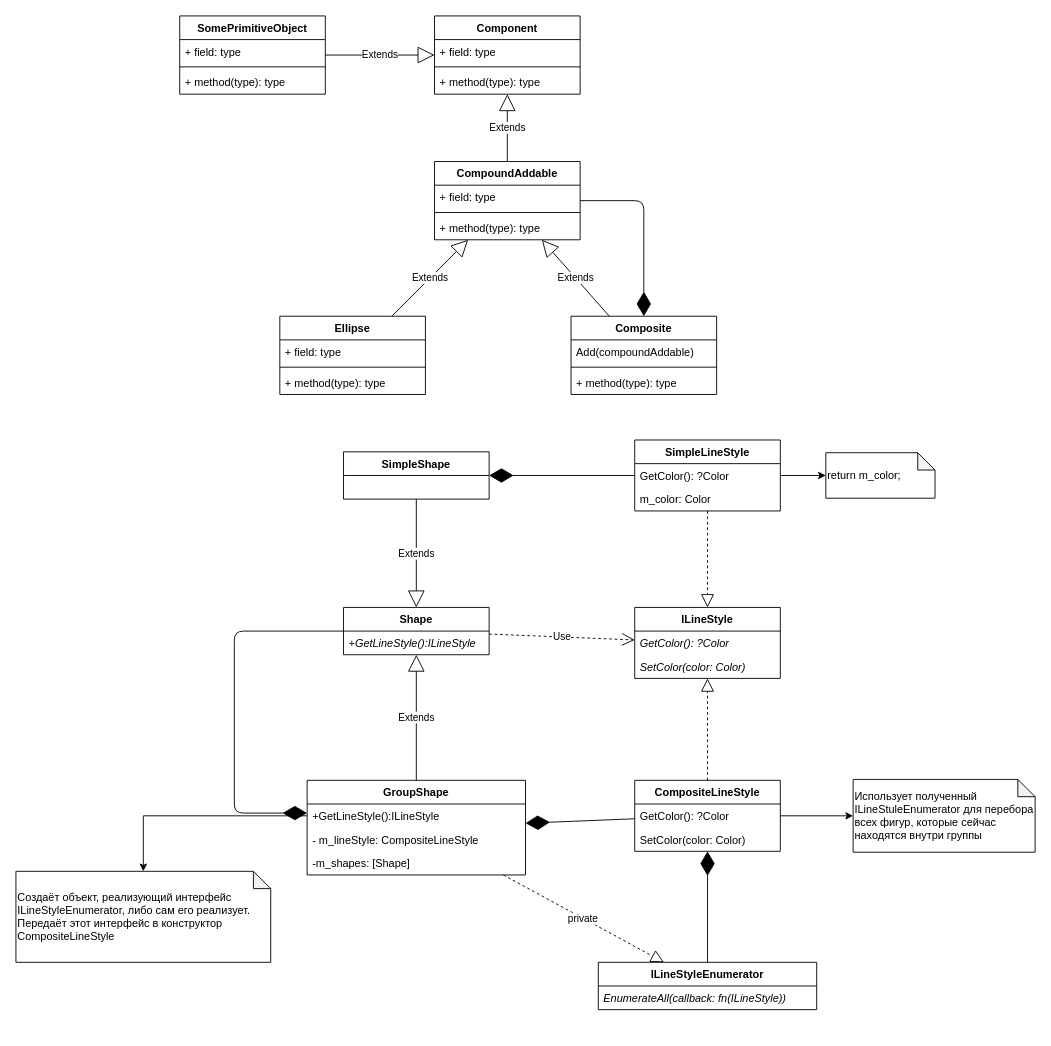
alexey-malov/ood keeps this draw.io diagram as lectures/10.composite/ShapeStyles.drawio. Above is the earlier version. Source tidied: cells renumbered, new cells numbered last; positions are measured from the earlier drawing's top-left corner, leaving out a move shared by most shapes. Both pictures are drawn from the tidied source at 91%, with x=0, y=0 at pixel (15, 15).
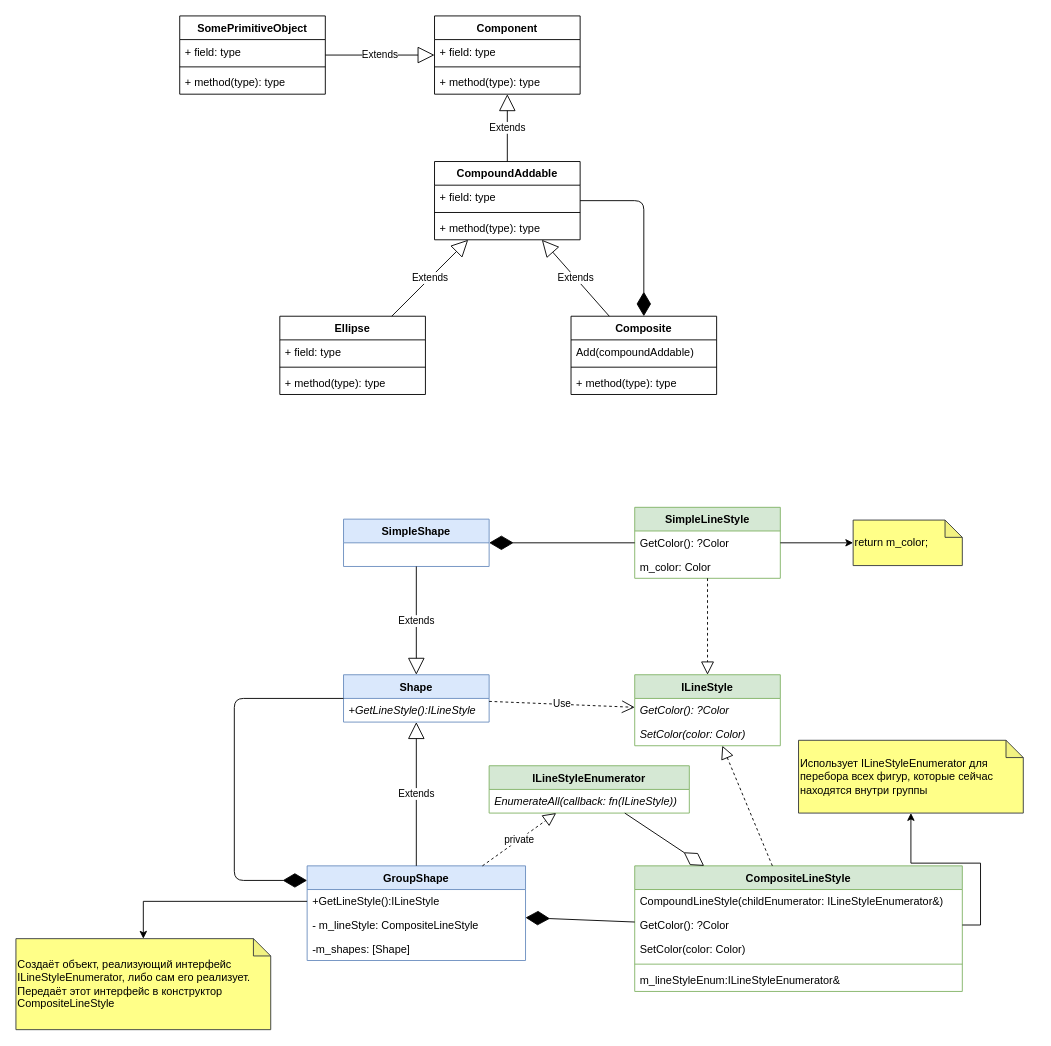
Above is the later version.

The edit, as a diff of the source:
```diff
@@
-    <mxCell id="27" value="Shape" style="swimlane;fontStyle=1;align=center;verticalAlign=top;horizontal=1;startSize=26;" parent="1" vertex="1">
-      <mxGeometry x="360" y="650" width="160" height="52" as="geometry" />
+    <mxCell id="27" value="Shape" style="swimlane;fontStyle=1;align=center;verticalAlign=top;horizontal=1;startSize=26;fillColor=#dae8fc;strokeColor=#6c8ebf;" parent="1" vertex="1">
+      <mxGeometry x="360" y="724" width="160" height="52" as="geometry" />
     </mxCell>
@@
-    <mxCell id="29" value="ILineStyle" style="swimlane;fontStyle=1;align=center;verticalAlign=top;horizontal=1;startSize=26;" parent="1" vertex="1">
-      <mxGeometry x="680" y="650" width="160" height="78" as="geometry" />
+    <mxCell id="29" value="ILineStyle" style="swimlane;fontStyle=1;align=center;verticalAlign=top;horizontal=1;startSize=26;fillColor=#d5e8d4;strokeColor=#82b366;" parent="1" vertex="1">
+      <mxGeometry x="680" y="724" width="160" height="78" as="geometry" />
     </mxCell>
@@
-    <mxCell id="33" value="SimpleShape" style="swimlane;fontStyle=1;align=center;verticalAlign=top;horizontal=1;startSize=26;" parent="1" vertex="1">
-      <mxGeometry x="360" y="479" width="160" height="52" as="geometry" />
+    <mxCell id="33" value="SimpleShape" style="swimlane;fontStyle=1;align=center;verticalAlign=top;horizontal=1;startSize=26;fillColor=#dae8fc;strokeColor=#6c8ebf;" parent="1" vertex="1">
+      <mxGeometry x="360" y="553" width="160" height="52" as="geometry" />
     </mxCell>
@@
-    <mxCell id="35" value="GroupShape" style="swimlane;fontStyle=1;align=center;verticalAlign=top;horizontal=1;startSize=26;" parent="1" vertex="1">
-      <mxGeometry x="320" y="840" width="240" height="104" as="geometry" />
+    <mxCell id="35" value="GroupShape" style="swimlane;fontStyle=1;align=center;verticalAlign=top;horizontal=1;startSize=26;fillColor=#dae8fc;strokeColor=#6c8ebf;" parent="1" vertex="1">
+      <mxGeometry x="320" y="934" width="240" height="104" as="geometry" />
     </mxCell>
@@
     <mxCell id="39" style="endArrow=diamondThin;endFill=1;endSize=24;html=1;edgeStyle=orthogonalEdgeStyle;" parent="1" edge="1" source="27" target="35">
       <mxGeometry relative="1" as="geometry">
         <Array as="points">
-          <mxPoint x="240" y="676" />
-          <mxPoint x="240" y="876" />
+          <mxPoint x="240" y="750" />
+          <mxPoint x="240" y="950" />
         </Array>
       </mxGeometry>
     </mxCell>
@@
-    <mxCell id="41" value="SimpleLineStyle" style="swimlane;fontStyle=1;align=center;verticalAlign=top;horizontal=1;startSize=26;" parent="1" vertex="1">
-      <mxGeometry x="680" y="466" width="160" height="78" as="geometry" />
+    <mxCell id="41" value="SimpleLineStyle" style="swimlane;fontStyle=1;align=center;verticalAlign=top;horizontal=1;startSize=26;fillColor=#d5e8d4;strokeColor=#82b366;" parent="1" vertex="1">
+      <mxGeometry x="680" y="540" width="160" height="78" as="geometry" />
     </mxCell>
@@
-    <mxCell id="45" value="return m_color;" style="shape=note;whiteSpace=wrap;html=1;backgroundOutline=1;darkOpacity=0.05;size=19;align=left;" parent="1" vertex="1">
-      <mxGeometry x="890" y="480" width="120" height="50" as="geometry" />
+    <mxCell id="45" value="return m_color;" style="shape=note;whiteSpace=wrap;html=1;backgroundOutline=1;darkOpacity=0.05;size=19;align=left;fillColor=#ffff88;strokeColor=#36393d;" parent="1" vertex="1">
+      <mxGeometry x="920" y="554" width="120" height="50" as="geometry" />
     </mxCell>
@@
-    <mxCell id="48" value="CompositeLineStyle" style="swimlane;fontStyle=1;align=center;verticalAlign=top;horizontal=1;startSize=26;" parent="1" vertex="1">
-      <mxGeometry x="680" y="840" width="160" height="78" as="geometry" />
+    <mxCell id="48" value="CompositeLineStyle" style="swimlane;fontStyle=1;align=center;verticalAlign=top;horizontal=1;startSize=26;fillColor=#d5e8d4;strokeColor=#82b366;" parent="1" vertex="1">
+      <mxGeometry x="680" y="934" width="360" height="138" as="geometry" />
     </mxCell>
+    <mxCell id="61" value="CompoundLineStyle(childEnumerator: ILineStyleEnumerator&amp;)" style="text;strokeColor=none;fillColor=none;align=left;verticalAlign=top;spacingLeft=4;spacingRight=4;overflow=hidden;fontStyle=0;" parent="48" vertex="1">
+      <mxGeometry y="26" width="360" height="26" as="geometry" />
+    </mxCell>
     <mxCell id="49" value="GetColor(): ?Color" style="text;strokeColor=none;fillColor=none;align=left;verticalAlign=top;spacingLeft=4;spacingRight=4;overflow=hidden;points=[[0,0.5],[1,0.5]];portConstraint=eastwest;fontStyle=0;" parent="48" vertex="1">
-      <mxGeometry y="26" width="160" height="26" as="geometry" />
+      <mxGeometry y="52" width="360" height="26" as="geometry" />
     </mxCell>
     <mxCell id="50" value="SetColor(color: Color)" style="text;strokeColor=none;fillColor=none;align=left;verticalAlign=top;spacingLeft=4;spacingRight=4;overflow=hidden;fontStyle=0;" parent="48" vertex="1">
-      <mxGeometry y="52" width="160" height="26" as="geometry" />
+      <mxGeometry y="78" width="360" height="26" as="geometry" />
     </mxCell>
+    <mxCell id="62" style="line;strokeWidth=1;fillColor=none;align=left;verticalAlign=middle;spacingTop=-1;spacingLeft=3;spacingRight=3;labelPosition=right;strokeColor=inherit;" parent="48" vertex="1">
+      <mxGeometry y="104" width="360" height="8" as="geometry" />
+    </mxCell>
+    <mxCell id="63" value="m_lineStyleEnum:ILineStyleEnumerator&amp;amp;" style="text;strokeColor=none;fillColor=none;align=left;verticalAlign=top;spacingLeft=4;spacingRight=4;overflow=hidden;whiteSpace=wrap;html=1;" parent="48" vertex="1">
+      <mxGeometry y="112" width="360" height="26" as="geometry" />
+    </mxCell>
@@
-    <mxCell id="52" value="Использует полученный ILineStuleEnumerator для перебора всех фигур, которые сейчас находятся внутри группы" style="shape=note;whiteSpace=wrap;html=1;backgroundOutline=1;darkOpacity=0.05;size=19;align=left;" parent="1" vertex="1">
-      <mxGeometry x="920" y="839" width="200" height="80" as="geometry" />
+    <mxCell id="52" value="Использует ILineStyleEnumerator для перебора всех фигур, которые сейчас находятся внутри группы" style="shape=note;whiteSpace=wrap;html=1;backgroundOutline=1;darkOpacity=0.05;size=19;align=left;fillColor=#ffff88;strokeColor=#36393d;" parent="1" vertex="1">
+      <mxGeometry x="860" y="796" width="247" height="80" as="geometry" />
     </mxCell>
@@
-    <mxCell id="54" value="Создаёт объект, реализующий интерфейс ILineStyleEnumerator, либо сам его реализует. Передаёт этот интерфейс в конструктор CompositeLineStyle" style="shape=note;whiteSpace=wrap;html=1;backgroundOutline=1;darkOpacity=0.05;size=19;align=left;" parent="1" vertex="1">
-      <mxGeometry y="940" width="280" height="100" as="geometry" />
+    <mxCell id="54" value="Создаёт объект, реализующий интерфейс ILineStyleEnumerator, либо сам его реализует. Передаёт этот интерфейс в конструктор CompositeLineStyle" style="shape=note;whiteSpace=wrap;html=1;backgroundOutline=1;darkOpacity=0.05;size=19;align=left;fillColor=#ffff88;strokeColor=#36393d;" parent="1" vertex="1">
+      <mxGeometry y="1014" width="280" height="100" as="geometry" />
     </mxCell>
@@
-    <mxCell id="56" value="ILineStyleEnumerator" style="swimlane;fontStyle=1;align=center;verticalAlign=top;horizontal=1;startSize=26;" parent="1" vertex="1">
-      <mxGeometry x="640" y="1040" width="240" height="52" as="geometry" />
+    <mxCell id="56" value="ILineStyleEnumerator" style="swimlane;fontStyle=1;align=center;verticalAlign=top;horizontal=1;startSize=26;fillColor=#d5e8d4;strokeColor=#82b366;" parent="1" vertex="1">
+      <mxGeometry x="520" y="824" width="220" height="52" as="geometry" />
     </mxCell>
     <mxCell id="57" value="EnumerateAll(callback: fn(ILineStyle))" style="text;strokeColor=none;fillColor=none;align=left;verticalAlign=top;spacingLeft=4;spacingRight=4;overflow=hidden;fontStyle=2;" parent="56" vertex="1">
-      <mxGeometry y="26" width="240" height="26" as="geometry" />
+      <mxGeometry y="26" width="220" height="26" as="geometry" />
     </mxCell>
-    <mxCell id="58" style="endArrow=diamondThin;endFill=1;endSize=24;html=1;" parent="1" edge="1" source="56" target="48">
-      <mxGeometry relative="1" as="geometry" />
-    </mxCell>
@@
+    <mxCell id="58" style="endArrow=diamondThin;endFill=0;endSize=24;html=1;rounded=0;" parent="1" edge="1" source="56" target="48">
+      <mxGeometry relative="1" as="geometry" />
+    </mxCell>
```
